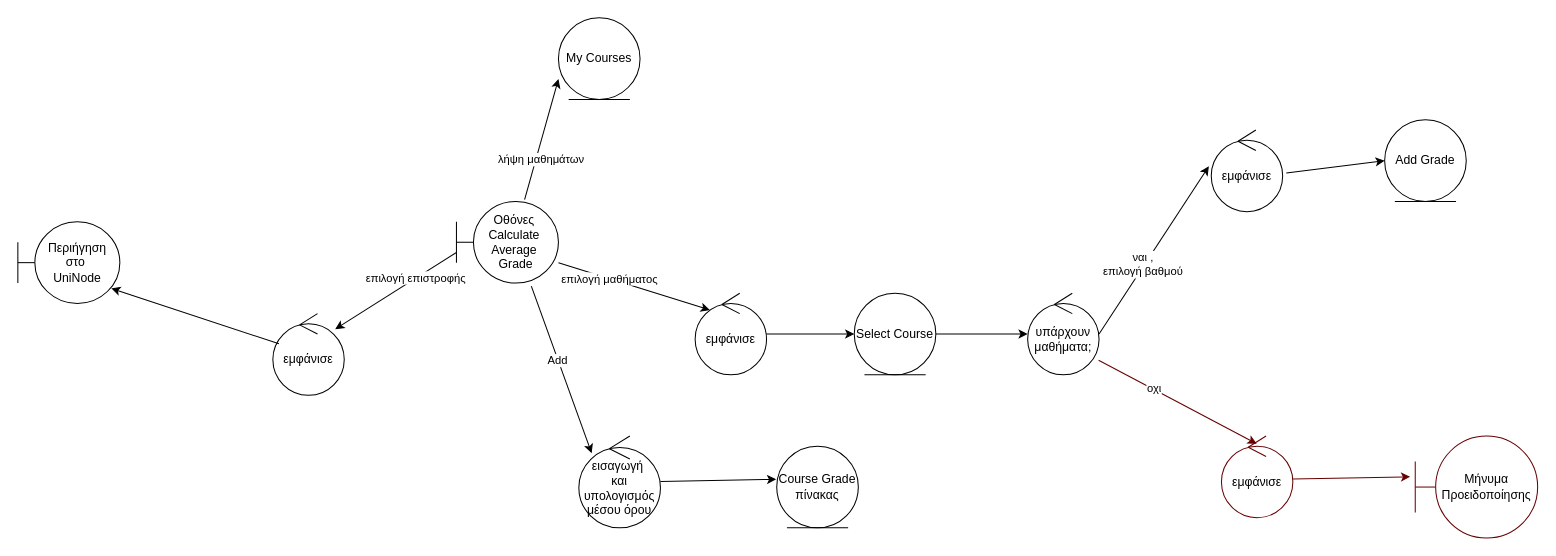
Earlier version of the draw.io diagram Calculate Average Grade.drawio (aflorentia/uniNode). Source tidied: cells renumbered, new cells numbered last; positions are measured from the earlier drawing's top-left corner, leaving out a move shared by most shapes. Both pictures are drawn from the tidied source at 102%, with x=0, y=0 at pixel (17, 17).
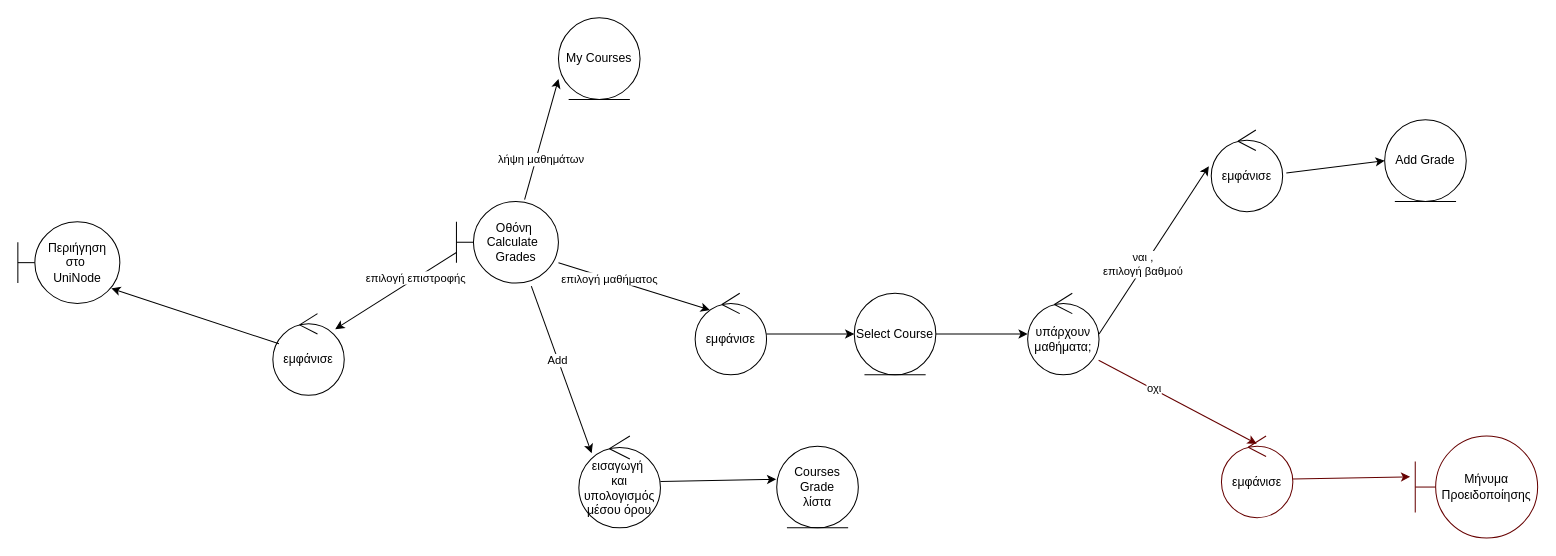
The same page after the edit.

Diff of the diagram source:
```diff
@@
-    <mxCell id="2" value="Οθόνες&amp;nbsp;&lt;br&gt;Calculate&amp;nbsp;&lt;br&gt;Average&amp;nbsp;&lt;br&gt;Grade" style="shape=umlBoundary;whiteSpace=wrap;html=1;" parent="1" vertex="1">
+    <mxCell id="2" value="Οθόνη&amp;nbsp;&lt;br&gt;Calculate&amp;nbsp;&amp;nbsp;&lt;br&gt;Grades" style="shape=umlBoundary;whiteSpace=wrap;html=1;" parent="1" vertex="1">
       <mxGeometry x="430" y="180" width="100" height="80" as="geometry" />
     </mxCell>
@@
-    <mxCell id="24" value="Course Grade&lt;br&gt;πίνακας" style="ellipse;shape=umlEntity;whiteSpace=wrap;html=1;" parent="1" vertex="1">
+    <mxCell id="24" value="Courses Grade&lt;br&gt;λίστα" style="ellipse;shape=umlEntity;whiteSpace=wrap;html=1;" parent="1" vertex="1">
       <mxGeometry x="744" y="420" width="80" height="80" as="geometry" />
     </mxCell>
```
